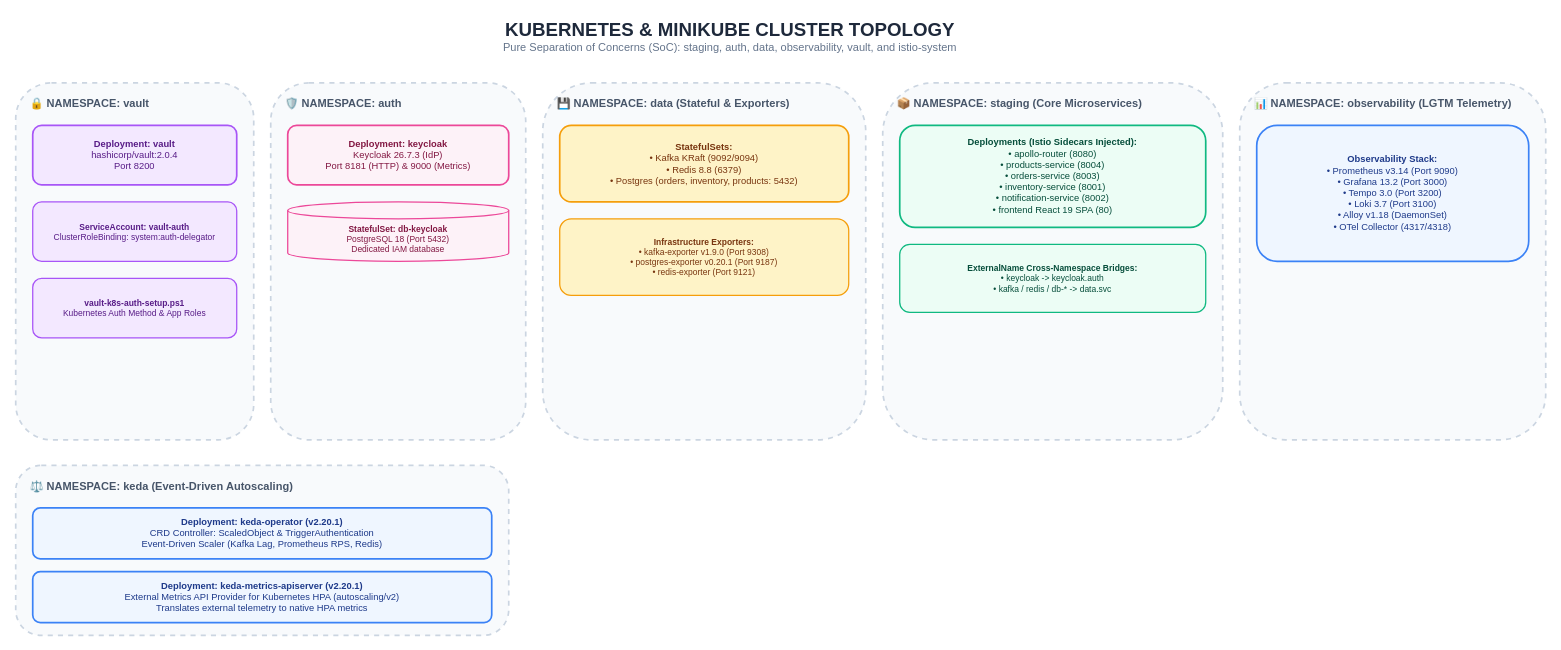
This is page "6. Kubernetes & Minikube Cluster Topology" (6 of 12) of docs/Diagrams.drawio from GeorgeGxx/microservices-architecture, a draw.io file, before an edit. Source tidied: cells renumbered, new cells numbered last; positions are measured from the earlier drawing's top-left corner, leaving out a move shared by most shapes. Both pictures are drawn from the tidied source at 85%, with x=0, y=0 at pixel (15, 14).
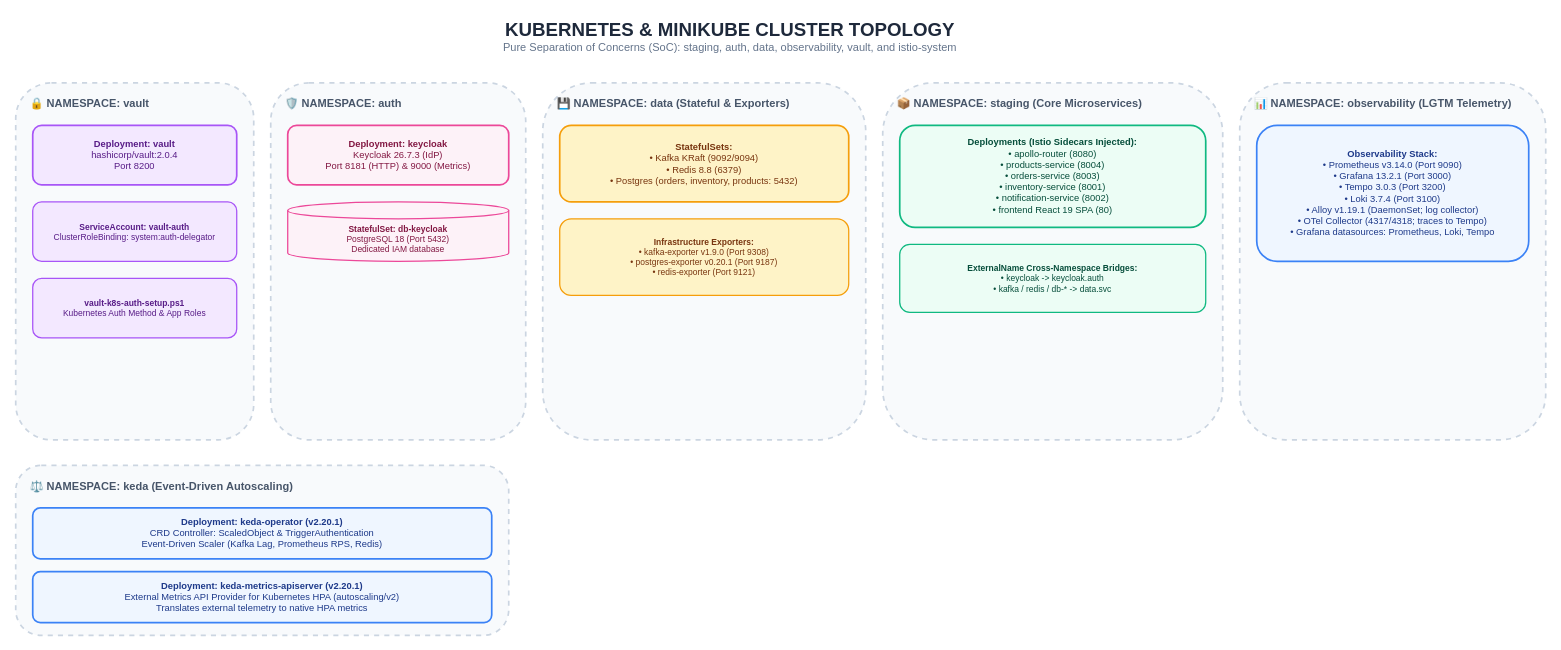
After the change.

Diff of the diagram source:
```diff
@@
-    <mxCell id="17" value="&lt;b&gt;Observability Stack:&lt;/b&gt;&lt;br&gt;• Prometheus v3.14 (Port 9090)&lt;br&gt;• Grafana 13.2 (Port 3000)&lt;br&gt;• Tempo 3.0 (Port 3200)&lt;br&gt;• Loki 3.7 (Port 3100)&lt;br&gt;• Alloy v1.18 (DaemonSet)&lt;br&gt;• OTel Collector (4317/4318)" style="rounded=1;whiteSpace=wrap;html=1;fillColor=#EFF6FF;strokeColor=#3B82F6;strokeWidth=2;fontColor=#1E3A8A;fontSize=11;" parent="1" vertex="1">
+    <mxCell id="17" value="&lt;b&gt;Observability Stack:&lt;/b&gt;&lt;br&gt;• Prometheus v3.14.0 (Port 9090)&lt;br&gt;• Grafana 13.2.1 (Port 3000)&lt;br&gt;• Tempo 3.0.3 (Port 3200)&lt;br&gt;• Loki 3.7.4 (Port 3100)&lt;br&gt;• Alloy v1.19.1 (DaemonSet; log collector)&lt;br&gt;• OTel Collector (4317/4318; traces to Tempo)&lt;br&gt;• Grafana datasources: Prometheus, Loki, Tempo" style="rounded=1;whiteSpace=wrap;html=1;fillColor=#EFF6FF;strokeColor=#3B82F6;strokeWidth=2;fontColor=#1E3A8A;fontSize=11;" parent="1" vertex="1">
       <mxGeometry x="1460" y="130" width="320" height="160" as="geometry" />
     </mxCell>
```
